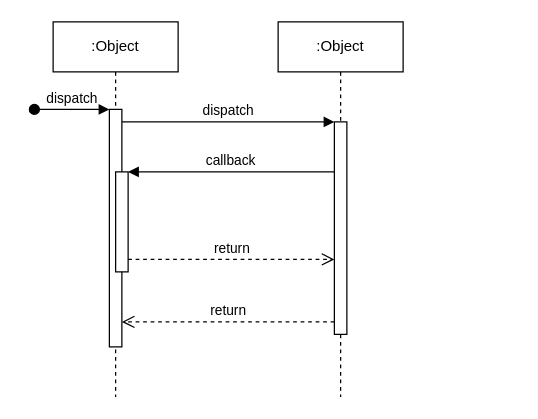
StevenGpByte/ActualizacionDatos keeps this draw.io diagram as 5to Endpoint - UpdateData.drawio. Above is the earlier version. Source tidied: cells renumbered, new cells numbered last; positions are measured from the earlier drawing's top-left corner, leaving out a move shared by most shapes. Both pictures are drawn from the tidied source at 125%, with x=0, y=0 at pixel (34, 21).
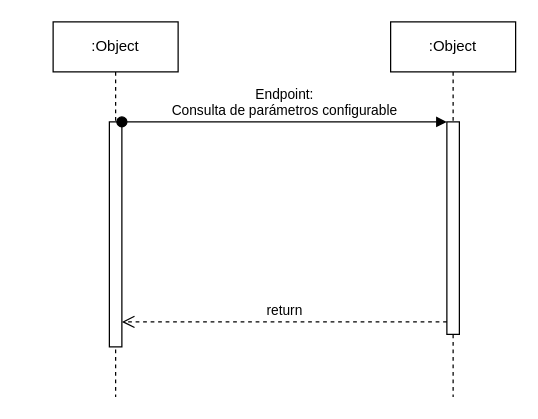
The same page after the edit.

What changed in the source:
```diff
@@
 <mxGraphModel>
   <root>
     <mxCell id="0" />
     <mxCell id="1" parent="0" />
     <mxCell id="2" value=":Object" style="shape=umlLifeline;perimeter=lifelinePerimeter;whiteSpace=wrap;html=1;newEdgeStyle={&quot;edgeStyle&quot;:&quot;elbowEdgeStyle&quot;,&quot;elbow&quot;:&quot;vertical&quot;,&quot;curved&quot;:0,&quot;rounded&quot;:0};" parent="1" vertex="1">
       <mxGeometry x="15" width="100" height="300" as="geometry" />
     </mxCell>
     <mxCell id="3" style="html=1;points=[];perimeter=orthogonalPerimeter;outlineConnect=0;targetShapes=umlLifeline;portConstraint=eastwest;newEdgeStyle={&quot;edgeStyle&quot;:&quot;elbowEdgeStyle&quot;,&quot;elbow&quot;:&quot;vertical&quot;,&quot;curved&quot;:0,&quot;rounded&quot;:0};" parent="2" vertex="1">
-      <mxGeometry x="45" y="70" width="10" height="190" as="geometry" />
+      <mxGeometry x="45" y="80" width="10" height="180" as="geometry" />
     </mxCell>
-    <mxCell id="4" value="dispatch" style="html=1;verticalAlign=bottom;startArrow=oval;endArrow=block;startSize=8;edgeStyle=elbowEdgeStyle;elbow=vertical;curved=0;rounded=0;" parent="2" edge="1" target="3">
-      <mxGeometry relative="1" as="geometry">
-        <mxPoint x="-15" y="70" as="sourcePoint" />
-      </mxGeometry>
-    </mxCell>
-    <mxCell id="5" style="html=1;points=[];perimeter=orthogonalPerimeter;outlineConnect=0;targetShapes=umlLifeline;portConstraint=eastwest;newEdgeStyle={&quot;edgeStyle&quot;:&quot;elbowEdgeStyle&quot;,&quot;elbow&quot;:&quot;vertical&quot;,&quot;curved&quot;:0,&quot;rounded&quot;:0};" parent="2" vertex="1">
-      <mxGeometry x="50" y="120" width="10" height="80" as="geometry" />
-    </mxCell>
     <mxCell id="6" value=":Object" style="shape=umlLifeline;perimeter=lifelinePerimeter;whiteSpace=wrap;html=1;newEdgeStyle={&quot;edgeStyle&quot;:&quot;elbowEdgeStyle&quot;,&quot;elbow&quot;:&quot;vertical&quot;,&quot;curved&quot;:0,&quot;rounded&quot;:0};" parent="1" vertex="1">
-      <mxGeometry x="195" width="100" height="300" as="geometry" />
+      <mxGeometry x="285" width="100" height="300" as="geometry" />
     </mxCell>
     <mxCell id="7" style="html=1;points=[];perimeter=orthogonalPerimeter;outlineConnect=0;targetShapes=umlLifeline;portConstraint=eastwest;newEdgeStyle={&quot;edgeStyle&quot;:&quot;elbowEdgeStyle&quot;,&quot;elbow&quot;:&quot;vertical&quot;,&quot;curved&quot;:0,&quot;rounded&quot;:0};" parent="6" vertex="1">
       <mxGeometry x="45" y="80" width="10" height="170" as="geometry" />
     </mxCell>
-    <mxCell id="8" value="dispatch" style="html=1;verticalAlign=bottom;endArrow=block;edgeStyle=elbowEdgeStyle;elbow=vertical;curved=0;rounded=0;" parent="1" edge="1" source="3" target="7">
-      <mxGeometry relative="1" as="geometry">
-        <Array as="points">
-          <mxPoint x="155" y="80" />
-        </Array>
-      </mxGeometry>
-    </mxCell>
     <mxCell id="9" value="return" style="html=1;verticalAlign=bottom;endArrow=open;dashed=1;endSize=8;edgeStyle=elbowEdgeStyle;elbow=vertical;curved=0;rounded=0;" parent="1" edge="1" source="7" target="3">
       <mxGeometry relative="1" as="geometry">
         <Array as="points">
           <mxPoint x="165" y="240" />
         </Array>
       </mxGeometry>
     </mxCell>
-    <mxCell id="10" value="callback" style="html=1;verticalAlign=bottom;endArrow=block;edgeStyle=elbowEdgeStyle;elbow=vertical;curved=0;rounded=0;" parent="1" edge="1" source="7" target="5">
-      <mxGeometry relative="1" as="geometry">
-        <Array as="points">
-          <mxPoint x="165" y="120" />
-        </Array>
-      </mxGeometry>
-    </mxCell>
-    <mxCell id="11" value="return" style="html=1;verticalAlign=bottom;endArrow=open;dashed=1;endSize=8;edgeStyle=elbowEdgeStyle;elbow=vertical;curved=0;rounded=0;" parent="1" edge="1" source="5" target="7">
-      <mxGeometry relative="1" as="geometry">
-        <Array as="points">
-          <mxPoint x="155" y="190" />
-        </Array>
-      </mxGeometry>
-    </mxCell>
+    <mxCell id="4" value="Endpoint:&lt;br&gt;Consulta de parámetros configurable" style="html=1;verticalAlign=bottom;startArrow=oval;endArrow=block;startSize=8;edgeStyle=elbowEdgeStyle;elbow=vertical;curved=0;rounded=0;" parent="1" edge="1" source="3" target="7">
+      <mxGeometry relative="1" as="geometry">
+        <Array as="points">
+          <mxPoint x="265" y="80" />
+        </Array>
+      </mxGeometry>
+    </mxCell>
   </root>
 </mxGraphModel>
```
